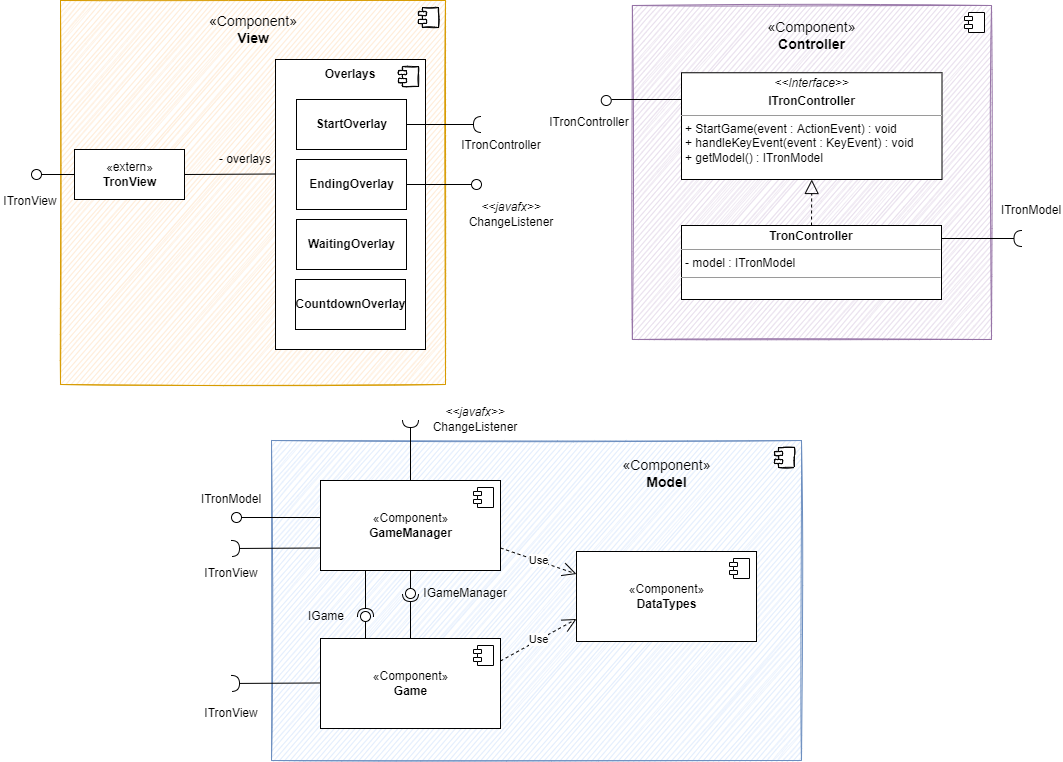
Earlier version of the draw.io export diagrams/bs_layer2_view_controller.png (sckoenig/Distributed-Tron). Source tidied: cells renumbered, new cells last; positions are measured from the earlier drawing's top-left corner, leaving out a move shared by most shapes.
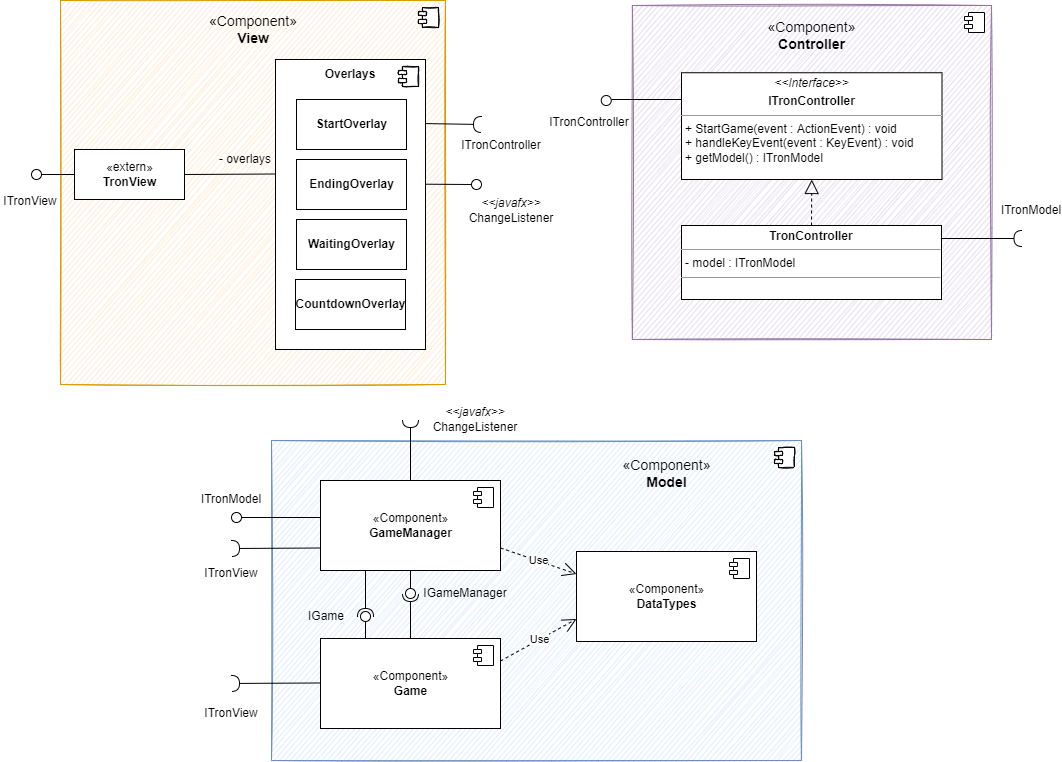
After the commit.

Commit message:
changed Interfaces View

Diff of the diagram source:
```diff
@@ -73,7 +73,7 @@
         <mxPoint x="1021.5" y="238" as="targetPoint" />
       </mxGeometry>
     </mxCell>
-    <mxCell id="22" style="rounded=0;jettySize=auto;html=1;endArrow=halfCircle;endFill=0;endSize=6;strokeWidth=1;sketch=0;" parent="1" edge="1" source="11">
+    <mxCell id="22" style="rounded=0;jettySize=auto;html=1;endArrow=halfCircle;endFill=0;endSize=6;strokeWidth=1;sketch=0;exitX=1.003;exitY=0.221;exitDx=0;exitDy=0;exitPerimeter=0;" parent="1" edge="1" source="8">
       <mxGeometry relative="1" as="geometry">
         <mxPoint x="481" y="124" as="targetPoint" />
       </mxGeometry>
@@ -96,14 +96,14 @@
         <mxPoint x="681" y="99" as="targetPoint" />
       </mxGeometry>
     </mxCell>
-    <mxCell id="28" style="rounded=0;jettySize=auto;html=1;endArrow=none;endFill=0;sketch=0;sourcePerimeterSpacing=0;targetPerimeterSpacing=0;exitX=1;exitY=0.5;exitDx=0;exitDy=0;" parent="1" edge="1" source="12" target="29">
+    <mxCell id="28" style="rounded=0;jettySize=auto;html=1;endArrow=none;endFill=0;sketch=0;sourcePerimeterSpacing=0;targetPerimeterSpacing=0;exitX=0.999;exitY=0.43;exitDx=0;exitDy=0;exitPerimeter=0;" parent="1" edge="1" source="8" target="29">
       <mxGeometry relative="1" as="geometry" />
     </mxCell>
     <mxCell id="29" style="ellipse;whiteSpace=wrap;html=1;align=center;points=[];outlineConnect=0;sketch=0;" parent="1" vertex="1">
       <mxGeometry x="471" y="179" width="10" height="10" as="geometry" />
     </mxCell>
     <mxCell id="30" value="&lt;i&gt;&amp;lt;&amp;lt;javafx&amp;gt;&amp;gt;&lt;/i&gt;&lt;br&gt;ChangeListener" style="text;html=1;strokeColor=none;fillColor=none;align=center;verticalAlign=middle;whiteSpace=wrap;rounded=0;" parent="1" vertex="1">
-      <mxGeometry x="481" y="199" width="60" height="30" as="geometry" />
+      <mxGeometry x="481" y="195" width="60" height="30" as="geometry" />
     </mxCell>
     <mxCell id="31" value="&lt;font style=&quot;font-size: 14px;&quot;&gt;&lt;span style=&quot;&quot;&gt;«Component»&lt;/span&gt;&lt;br style=&quot;&quot;&gt;&lt;b style=&quot;&quot;&gt;Model&lt;/b&gt;&lt;/font&gt;" style="text;html=1;strokeColor=none;fillColor=none;align=center;verticalAlign=middle;whiteSpace=wrap;rounded=0;sketch=1;" parent="1" vertex="1">
       <mxGeometry x="638.5" y="458" width="55" height="30" as="geometry" />
```
